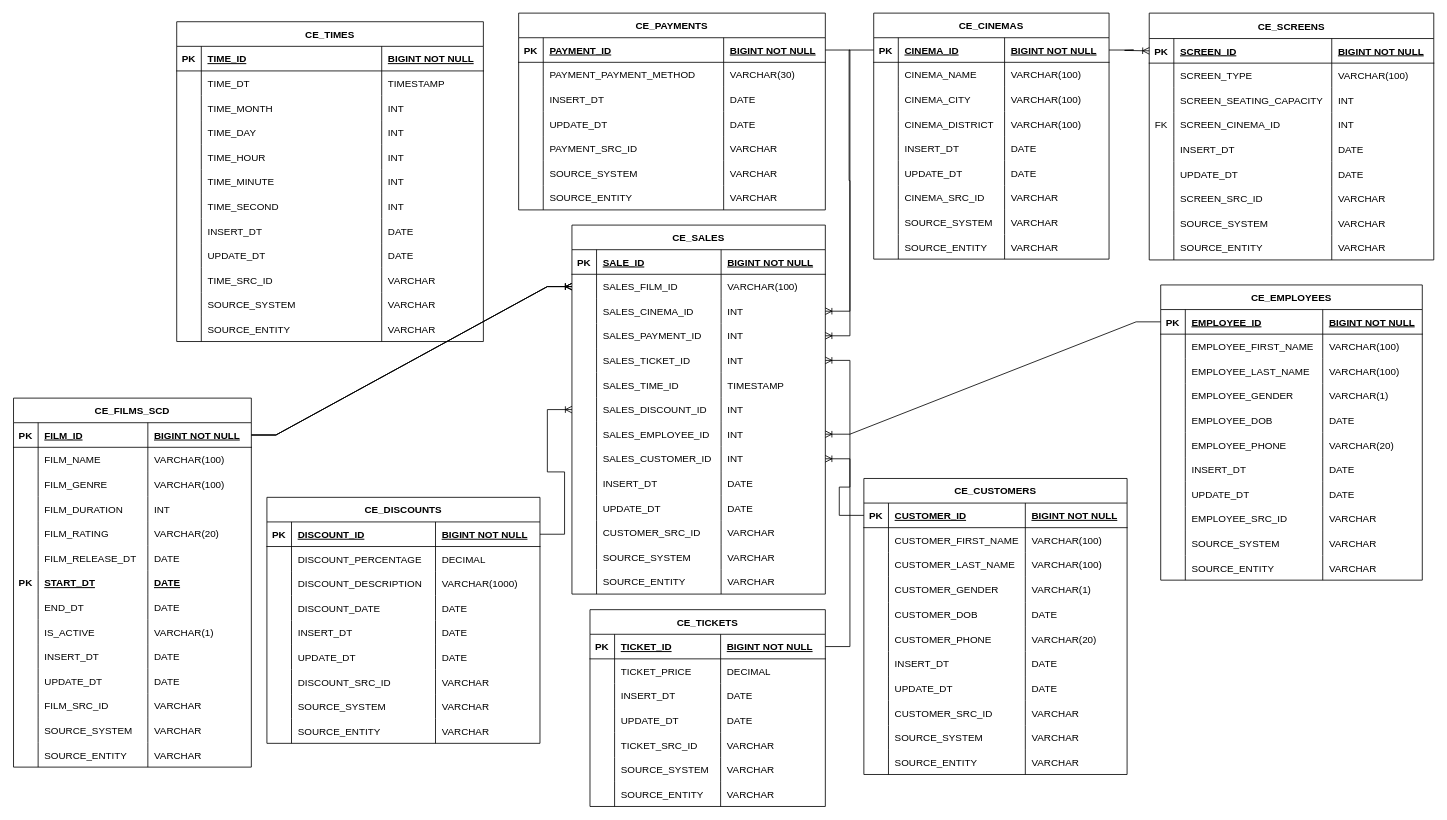
Above: ticket_sales_3NF.drawio in GiorgiEz/DB-modeling (draw.io), before the change. Source tidied: cells renumbered, new cells numbered last; positions are measured from the earlier drawing's top-left corner, leaving out a move shared by most shapes. Both pictures are drawn from the tidied source at 82%, with x=0, y=0 at pixel (13, 13).
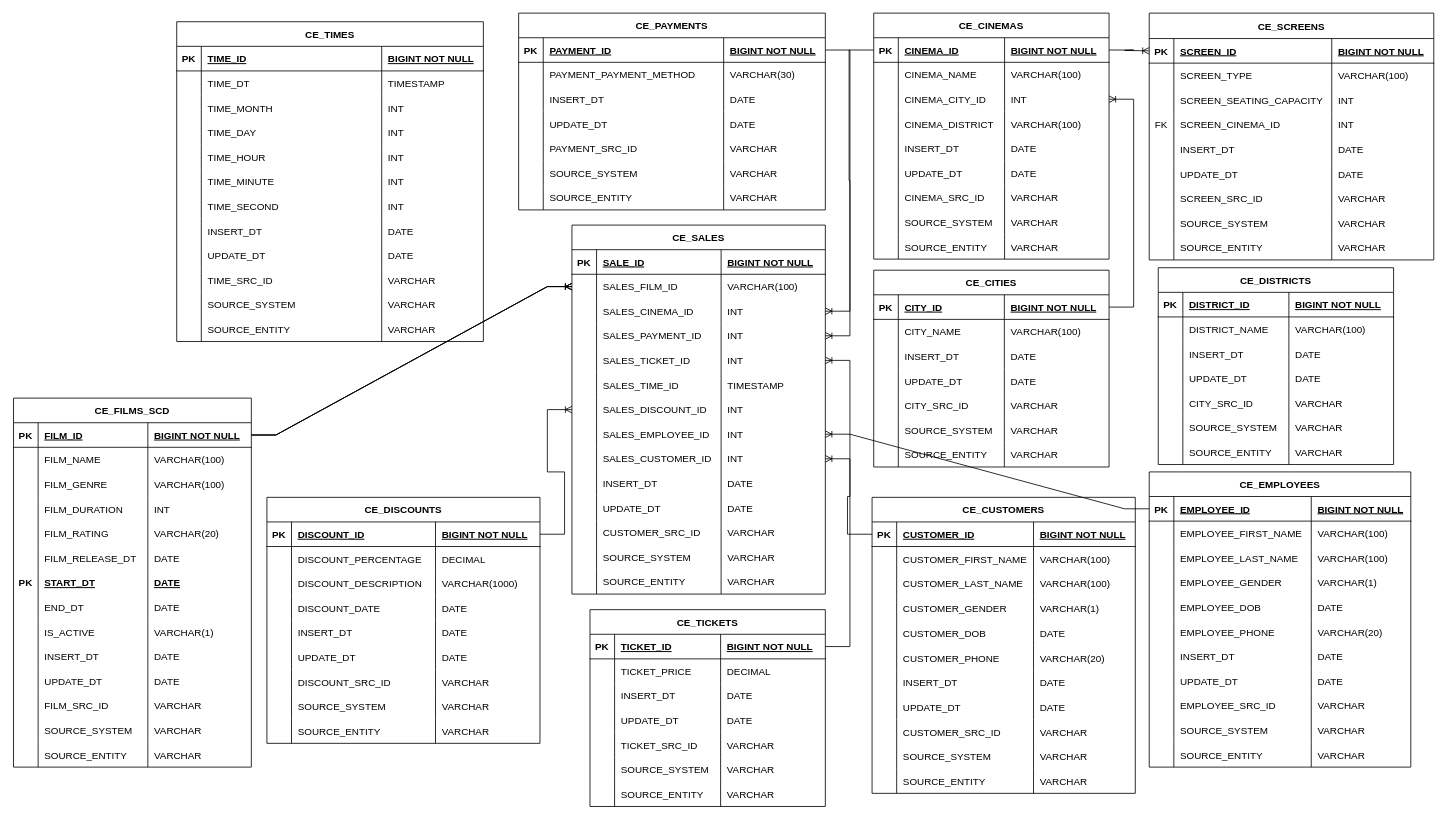
Above is the later version.

The change refers to these unchanged cells:
```xml
<mxCell id="68" style="shape=partialRectangle;fillColor=none;points=[[0,0.5],[1,0.5]];portConstraint=eastwest;top=0;left=0;right=0;bottom=0;" parent="59" vertex="1">
  <mxGeometry y="90" width="287" height="30" as="geometry" />
</mxCell>
```

Diff of the diagram source:
```diff
@@
-    <mxCell id="70" value="CINEMA_CITY" style="shape=partialRectangle;overflow=hidden;fillColor=none;top=0;left=0;bottom=0;right=0;align=left;spacingLeft=6;" parent="68" vertex="1">
+    <mxCell id="70" value="CINEMA_CITY_ID" style="shape=partialRectangle;overflow=hidden;fillColor=none;top=0;left=0;bottom=0;right=0;align=left;spacingLeft=6;" parent="68" vertex="1">
       <mxGeometry x="30" width="129.6" height="30" as="geometry" />
     </mxCell>
-    <mxCell id="71" value="VARCHAR(100)" style="shape=partialRectangle;overflow=hidden;fillColor=none;top=0;left=0;bottom=0;right=0;align=left;spacingLeft=6;" parent="68" vertex="1">
+    <mxCell id="71" value="INT" style="shape=partialRectangle;overflow=hidden;fillColor=none;top=0;left=0;bottom=0;right=0;align=left;spacingLeft=6;" parent="68" vertex="1">
       <mxGeometry x="159.6" width="127.4" height="30" as="geometry" />
     </mxCell>
@@
     <mxCell id="277" value="CE_EMPLOYEES" style="shape=table;startSize=30;childLayout=tableLayout;rowLines=0;fontStyle=1;align=center;" parent="1" vertex="1">
-      <mxGeometry x="1399" y="331" width="319" height="360" as="geometry" />
+      <mxGeometry x="1385" y="559" width="319" height="360" as="geometry" />
     </mxCell>
@@
     <mxCell id="322" value="CE_CUSTOMERS" style="shape=table;startSize=30;childLayout=tableLayout;rowLines=0;fontStyle=1;align=center;" parent="1" vertex="1">
-      <mxGeometry x="1037" y="567" width="321" height="361" as="geometry" />
+      <mxGeometry x="1047" y="590" width="321" height="361" as="geometry" />
     </mxCell>
@@
+    <mxCell id="434" value="CE_CITIES" style="shape=table;startSize=30;childLayout=tableLayout;rowLines=0;fontStyle=1;align=center;" parent="1" vertex="1">
+      <mxGeometry x="1049" y="313" width="287" height="240" as="geometry" />
+    </mxCell>
+    <mxCell id="435" style="shape=partialRectangle;fillColor=none;points=[[0,0.5],[1,0.5]];portConstraint=eastwest;top=0;left=0;right=0;bottom=1;" parent="434" vertex="1">
+      <mxGeometry y="30" width="287" height="30" as="geometry" />
+    </mxCell>
+    <mxCell id="436" value="PK" style="shape=partialRectangle;overflow=hidden;fillColor=none;top=0;left=0;bottom=0;right=0;fontStyle=1;" parent="435" vertex="1">
+      <mxGeometry width="30" height="30" as="geometry" />
+    </mxCell>
+    <mxCell id="437" value="CITY_ID" style="shape=partialRectangle;overflow=hidden;fillColor=none;top=0;left=0;bottom=0;right=0;align=left;spacingLeft=6;fontStyle=5;" parent="435" vertex="1">
+      <mxGeometry x="30" width="129.3" height="30" as="geometry" />
+    </mxCell>
+    <mxCell id="438" value="BIGINT NOT NULL" style="shape=partialRectangle;overflow=hidden;fillColor=none;top=0;left=0;bottom=0;right=0;align=left;spacingLeft=6;fontStyle=5;" parent="435" vertex="1">
+      <mxGeometry x="159.3" width="127.7" height="30" as="geometry" />
+    </mxCell>
+    <mxCell id="439" style="shape=partialRectangle;fillColor=none;top=0;left=0;right=0;bottom=0;" parent="434" vertex="1">
+      <mxGeometry y="60" width="287" height="30" as="geometry" />
+    </mxCell>
+    <mxCell id="440" style="shape=partialRectangle;overflow=hidden;fillColor=none;top=0;left=0;bottom=0;right=0;" parent="439" vertex="1">
+      <mxGeometry width="30" height="30" as="geometry" />
+    </mxCell>
+    <mxCell id="441" value="CITY_NAME" style="shape=partialRectangle;overflow=hidden;fillColor=none;top=0;left=0;bottom=0;right=0;align=left;spacingLeft=6;" parent="439" vertex="1">
+      <mxGeometry x="30" width="129.3" height="30" as="geometry" />
+    </mxCell>
+    <mxCell id="442" value="VARCHAR(100)" style="shape=partialRectangle;overflow=hidden;fillColor=none;top=0;left=0;bottom=0;right=0;align=left;spacingLeft=6;" parent="439" vertex="1">
+      <mxGeometry x="159.3" width="127.7" height="30" as="geometry" />
+    </mxCell>
+    <mxCell id="443" style="shape=partialRectangle;fillColor=none;top=0;left=0;right=0;bottom=0;" parent="434" vertex="1">
+      <mxGeometry y="90" width="287" height="30" as="geometry" />
+    </mxCell>
+    <mxCell id="444" style="shape=partialRectangle;overflow=hidden;fillColor=none;top=0;left=0;bottom=0;right=0;" parent="443" vertex="1">
+      <mxGeometry width="30" height="30" as="geometry" />
+    </mxCell>
+    <mxCell id="445" value="INSERT_DT" style="shape=partialRectangle;overflow=hidden;fillColor=none;top=0;left=0;bottom=0;right=0;align=left;spacingLeft=6;" parent="443" vertex="1">
+      <mxGeometry x="30" width="129.3" height="30" as="geometry" />
+    </mxCell>
+    <mxCell id="446" value="DATE" style="shape=partialRectangle;overflow=hidden;fillColor=none;top=0;left=0;bottom=0;right=0;align=left;spacingLeft=6;" parent="443" vertex="1">
+      <mxGeometry x="159.3" width="127.7" height="30" as="geometry" />
+    </mxCell>
+    <mxCell id="447" style="shape=partialRectangle;fillColor=none;top=0;left=0;right=0;bottom=0;" parent="434" vertex="1">
+      <mxGeometry y="120" width="287" height="30" as="geometry" />
+    </mxCell>
+    <mxCell id="448" style="shape=partialRectangle;overflow=hidden;fillColor=none;top=0;left=0;bottom=0;right=0;" parent="447" vertex="1">
+      <mxGeometry width="30" height="30" as="geometry" />
+    </mxCell>
+    <mxCell id="449" value="UPDATE_DT" style="shape=partialRectangle;overflow=hidden;fillColor=none;top=0;left=0;bottom=0;right=0;align=left;spacingLeft=6;" parent="447" vertex="1">
+      <mxGeometry x="30" width="129.3" height="30" as="geometry" />
+    </mxCell>
+    <mxCell id="450" value="DATE" style="shape=partialRectangle;overflow=hidden;fillColor=none;top=0;left=0;bottom=0;right=0;align=left;spacingLeft=6;" parent="447" vertex="1">
+      <mxGeometry x="159.3" width="127.7" height="30" as="geometry" />
+    </mxCell>
+    <mxCell id="451" style="shape=partialRectangle;fillColor=none;top=0;left=0;right=0;bottom=0;" parent="434" vertex="1">
+      <mxGeometry y="150" width="287" height="30" as="geometry" />
+    </mxCell>
+    <mxCell id="452" style="shape=partialRectangle;overflow=hidden;fillColor=none;top=0;left=0;bottom=0;right=0;" parent="451" vertex="1">
+      <mxGeometry width="30" height="30" as="geometry" />
+    </mxCell>
+    <mxCell id="453" value="CITY_SRC_ID" style="shape=partialRectangle;overflow=hidden;fillColor=none;top=0;left=0;bottom=0;right=0;align=left;spacingLeft=6;" parent="451" vertex="1">
+      <mxGeometry x="30" width="129.3" height="30" as="geometry" />
+    </mxCell>
+    <mxCell id="454" value="VARCHAR" style="shape=partialRectangle;overflow=hidden;fillColor=none;top=0;left=0;bottom=0;right=0;align=left;spacingLeft=6;" parent="451" vertex="1">
+      <mxGeometry x="159.3" width="127.7" height="30" as="geometry" />
+    </mxCell>
+    <mxCell id="455" style="shape=partialRectangle;fillColor=none;top=0;left=0;right=0;bottom=0;" parent="434" vertex="1">
+      <mxGeometry y="180" width="287" height="30" as="geometry" />
+    </mxCell>
+    <mxCell id="456" style="shape=partialRectangle;overflow=hidden;fillColor=none;top=0;left=0;bottom=0;right=0;" parent="455" vertex="1">
+      <mxGeometry width="30" height="30" as="geometry" />
+    </mxCell>
+    <mxCell id="457" value="SOURCE_SYSTEM" style="shape=partialRectangle;overflow=hidden;fillColor=none;top=0;left=0;bottom=0;right=0;align=left;spacingLeft=6;" parent="455" vertex="1">
+      <mxGeometry x="30" width="129.3" height="30" as="geometry" />
+    </mxCell>
+    <mxCell id="458" value="VARCHAR" style="shape=partialRectangle;overflow=hidden;fillColor=none;top=0;left=0;bottom=0;right=0;align=left;spacingLeft=6;" parent="455" vertex="1">
+      <mxGeometry x="159.3" width="127.7" height="30" as="geometry" />
+    </mxCell>
+    <mxCell id="459" style="shape=partialRectangle;fillColor=none;top=0;left=0;right=0;bottom=0;" parent="434" vertex="1">
+      <mxGeometry y="210" width="287" height="30" as="geometry" />
+    </mxCell>
+    <mxCell id="460" style="shape=partialRectangle;overflow=hidden;fillColor=none;top=0;left=0;bottom=0;right=0;" parent="459" vertex="1">
+      <mxGeometry width="30" height="30" as="geometry" />
+    </mxCell>
+    <mxCell id="461" value="SOURCE_ENTITY" style="shape=partialRectangle;overflow=hidden;fillColor=none;top=0;left=0;bottom=0;right=0;align=left;spacingLeft=6;" parent="459" vertex="1">
+      <mxGeometry x="30" width="129.3" height="30" as="geometry" />
+    </mxCell>
+    <mxCell id="462" value="VARCHAR" style="shape=partialRectangle;overflow=hidden;fillColor=none;top=0;left=0;bottom=0;right=0;align=left;spacingLeft=6;" parent="459" vertex="1">
+      <mxGeometry x="159.3" width="127.7" height="30" as="geometry" />
+    </mxCell>
+    <mxCell id="463" style="edgeStyle=entityRelationEdgeStyle;fontSize=12;html=1;endArrow=ERoneToMany;rounded=0;exitX=1;exitY=0.5;exitDx=0;exitDy=0;entryX=1;entryY=0.5;entryDx=0;entryDy=0;" parent="1" edge="1" source="435" target="68">
+      <mxGeometry relative="1" as="geometry">
+        <Array as="points">
+          <mxPoint x="492" y="444" />
+          <mxPoint x="556" y="475" />
+          <mxPoint x="556" y="479" />
+          <mxPoint x="471" y="452" />
+          <mxPoint x="470" y="449" />
+        </Array>
+      </mxGeometry>
+    </mxCell>
+    <mxCell id="464" value="CE_DISTRICTS" style="shape=table;startSize=30;childLayout=tableLayout;rowLines=0;fontStyle=1;align=center;" parent="1" vertex="1">
+      <mxGeometry x="1396" y="310" width="287" height="240" as="geometry" />
+    </mxCell>
+    <mxCell id="465" style="shape=partialRectangle;fillColor=none;top=0;left=0;right=0;bottom=1;" parent="464" vertex="1">
+      <mxGeometry y="30" width="287" height="30" as="geometry" />
+    </mxCell>
+    <mxCell id="466" value="PK" style="shape=partialRectangle;overflow=hidden;fillColor=none;top=0;left=0;bottom=0;right=0;fontStyle=1;" parent="465" vertex="1">
+      <mxGeometry width="30" height="30" as="geometry" />
+    </mxCell>
+    <mxCell id="467" value="DISTRICT_ID" style="shape=partialRectangle;overflow=hidden;fillColor=none;top=0;left=0;bottom=0;right=0;align=left;spacingLeft=6;fontStyle=5;" parent="465" vertex="1">
+      <mxGeometry x="30" width="129.3" height="30" as="geometry" />
+    </mxCell>
+    <mxCell id="468" value="BIGINT NOT NULL" style="shape=partialRectangle;overflow=hidden;fillColor=none;top=0;left=0;bottom=0;right=0;align=left;spacingLeft=6;fontStyle=5;" parent="465" vertex="1">
+      <mxGeometry x="159.3" width="127.7" height="30" as="geometry" />
+    </mxCell>
+    <mxCell id="469" style="shape=partialRectangle;fillColor=none;top=0;left=0;right=0;bottom=0;" parent="464" vertex="1">
+      <mxGeometry y="60" width="287" height="30" as="geometry" />
+    </mxCell>
+    <mxCell id="470" style="shape=partialRectangle;overflow=hidden;fillColor=none;top=0;left=0;bottom=0;right=0;" parent="469" vertex="1">
+      <mxGeometry width="30" height="30" as="geometry" />
+    </mxCell>
+    <mxCell id="471" value="DISTRICT_NAME" style="shape=partialRectangle;overflow=hidden;fillColor=none;top=0;left=0;bottom=0;right=0;align=left;spacingLeft=6;" parent="469" vertex="1">
+      <mxGeometry x="30" width="129.3" height="30" as="geometry" />
+    </mxCell>
+    <mxCell id="472" value="VARCHAR(100)" style="shape=partialRectangle;overflow=hidden;fillColor=none;top=0;left=0;bottom=0;right=0;align=left;spacingLeft=6;" parent="469" vertex="1">
+      <mxGeometry x="159.3" width="127.7" height="30" as="geometry" />
+    </mxCell>
+    <mxCell id="473" style="shape=partialRectangle;fillColor=none;top=0;left=0;right=0;bottom=0;" parent="464" vertex="1">
+      <mxGeometry y="90" width="287" height="30" as="geometry" />
+    </mxCell>
+    <mxCell id="474" style="shape=partialRectangle;overflow=hidden;fillColor=none;top=0;left=0;bottom=0;right=0;" parent="473" vertex="1">
+      <mxGeometry width="30" height="30" as="geometry" />
+    </mxCell>
+    <mxCell id="475" value="INSERT_DT" style="shape=partialRectangle;overflow=hidden;fillColor=none;top=0;left=0;bottom=0;right=0;align=left;spacingLeft=6;" parent="473" vertex="1">
+      <mxGeometry x="30" width="129.3" height="30" as="geometry" />
+    </mxCell>
+    <mxCell id="476" value="DATE" style="shape=partialRectangle;overflow=hidden;fillColor=none;top=0;left=0;bottom=0;right=0;align=left;spacingLeft=6;" parent="473" vertex="1">
+      <mxGeometry x="159.3" width="127.7" height="30" as="geometry" />
+    </mxCell>
+    <mxCell id="477" style="shape=partialRectangle;fillColor=none;top=0;left=0;right=0;bottom=0;" parent="464" vertex="1">
+      <mxGeometry y="120" width="287" height="30" as="geometry" />
+    </mxCell>
+    <mxCell id="478" style="shape=partialRectangle;overflow=hidden;fillColor=none;top=0;left=0;bottom=0;right=0;" parent="477" vertex="1">
+      <mxGeometry width="30" height="30" as="geometry" />
+    </mxCell>
+    <mxCell id="479" value="UPDATE_DT" style="shape=partialRectangle;overflow=hidden;fillColor=none;top=0;left=0;bottom=0;right=0;align=left;spacingLeft=6;" parent="477" vertex="1">
+      <mxGeometry x="30" width="129.3" height="30" as="geometry" />
+    </mxCell>
+    <mxCell id="480" value="DATE" style="shape=partialRectangle;overflow=hidden;fillColor=none;top=0;left=0;bottom=0;right=0;align=left;spacingLeft=6;" parent="477" vertex="1">
+      <mxGeometry x="159.3" width="127.7" height="30" as="geometry" />
+    </mxCell>
+    <mxCell id="481" style="shape=partialRectangle;fillColor=none;top=0;left=0;right=0;bottom=0;" parent="464" vertex="1">
+      <mxGeometry y="150" width="287" height="30" as="geometry" />
+    </mxCell>
+    <mxCell id="482" style="shape=partialRectangle;overflow=hidden;fillColor=none;top=0;left=0;bottom=0;right=0;" parent="481" vertex="1">
+      <mxGeometry width="30" height="30" as="geometry" />
+    </mxCell>
+    <mxCell id="483" value="CITY_SRC_ID" style="shape=partialRectangle;overflow=hidden;fillColor=none;top=0;left=0;bottom=0;right=0;align=left;spacingLeft=6;" parent="481" vertex="1">
+      <mxGeometry x="30" width="129.3" height="30" as="geometry" />
+    </mxCell>
+    <mxCell id="484" value="VARCHAR" style="shape=partialRectangle;overflow=hidden;fillColor=none;top=0;left=0;bottom=0;right=0;align=left;spacingLeft=6;" parent="481" vertex="1">
+      <mxGeometry x="159.3" width="127.7" height="30" as="geometry" />
+    </mxCell>
+    <mxCell id="485" style="shape=partialRectangle;fillColor=none;top=0;left=0;right=0;bottom=0;" parent="464" vertex="1">
+      <mxGeometry y="180" width="287" height="30" as="geometry" />
+    </mxCell>
+    <mxCell id="486" style="shape=partialRectangle;overflow=hidden;fillColor=none;top=0;left=0;bottom=0;right=0;" parent="485" vertex="1">
+      <mxGeometry width="30" height="30" as="geometry" />
+    </mxCell>
+    <mxCell id="487" value="SOURCE_SYSTEM" style="shape=partialRectangle;overflow=hidden;fillColor=none;top=0;left=0;bottom=0;right=0;align=left;spacingLeft=6;" parent="485" vertex="1">
+      <mxGeometry x="30" width="129.3" height="30" as="geometry" />
+    </mxCell>
+    <mxCell id="488" value="VARCHAR" style="shape=partialRectangle;overflow=hidden;fillColor=none;top=0;left=0;bottom=0;right=0;align=left;spacingLeft=6;" parent="485" vertex="1">
+      <mxGeometry x="159.3" width="127.7" height="30" as="geometry" />
+    </mxCell>
+    <mxCell id="489" style="shape=partialRectangle;fillColor=none;top=0;left=0;right=0;bottom=0;" parent="464" vertex="1">
+      <mxGeometry y="210" width="287" height="30" as="geometry" />
+    </mxCell>
+    <mxCell id="490" style="shape=partialRectangle;overflow=hidden;fillColor=none;top=0;left=0;bottom=0;right=0;" parent="489" vertex="1">
+      <mxGeometry width="30" height="30" as="geometry" />
+    </mxCell>
+    <mxCell id="491" value="SOURCE_ENTITY" style="shape=partialRectangle;overflow=hidden;fillColor=none;top=0;left=0;bottom=0;right=0;align=left;spacingLeft=6;" parent="489" vertex="1">
+      <mxGeometry x="30" width="129.3" height="30" as="geometry" />
+    </mxCell>
+    <mxCell id="492" value="VARCHAR" style="shape=partialRectangle;overflow=hidden;fillColor=none;top=0;left=0;bottom=0;right=0;align=left;spacingLeft=6;" parent="489" vertex="1">
+      <mxGeometry x="159.3" width="127.7" height="30" as="geometry" />
+    </mxCell>
```
